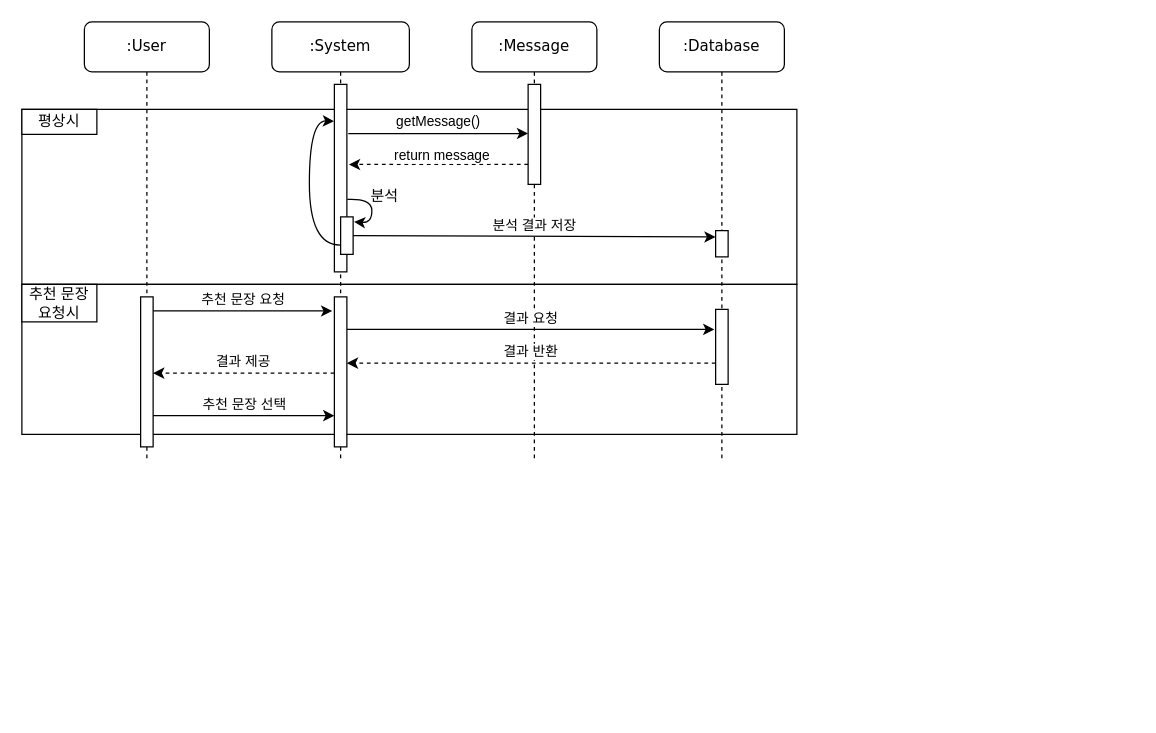
The draw.io diagram page "추천 문장 선택" (4 of 5) of Diagram/대화도우미.drawio in Sir-u/Capstone_ThreeIdiots, before the edit. Source tidied: cells renumbered, new cells numbered last; positions are measured from the earlier drawing's top-left corner, leaving out a move shared by most shapes. Both pictures are drawn from the tidied source at 125%, with x=0, y=0 at pixel (21, 21).
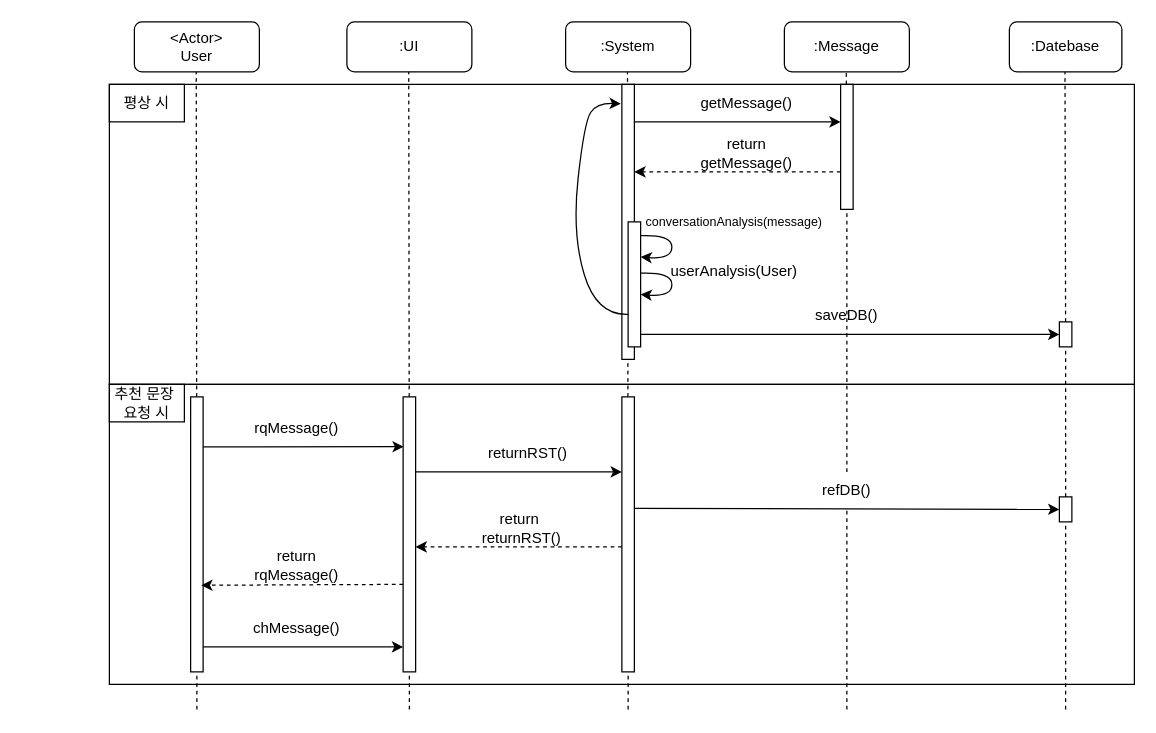
The same page after the edit.

Change to the diagram source:
```diff
@@
-    <mxCell id="2" style="whiteSpace=wrap;html=1;fillColor=none;" parent="1" vertex="1">
-      <mxGeometry y="70" width="620" height="140" as="geometry" />
-    </mxCell>
-    <mxCell id="3" value="평상시" style="html=1;whiteSpace=wrap;" parent="1" vertex="1">
-      <mxGeometry y="70" width="60" height="20" as="geometry" />
-    </mxCell>
-    <mxCell id="4" style="whiteSpace=wrap;html=1;fillColor=none;" parent="1" vertex="1">
-      <mxGeometry y="210" width="620" height="120" as="geometry" />
-    </mxCell>
-    <mxCell id="5" value="추천 문장&lt;br&gt;요청시" style="html=1;whiteSpace=wrap;" parent="1" vertex="1">
-      <mxGeometry y="210" width="60" height="30" as="geometry" />
-    </mxCell>
+    <mxCell id="29" style="rounded=0;whiteSpace=wrap;html=1;fillColor=none;" parent="1" vertex="1">
+      <mxGeometry x="70" y="290" width="820" height="240" as="geometry" />
+    </mxCell>
+    <mxCell id="30" style="rounded=0;whiteSpace=wrap;html=1;fillColor=none;" parent="1" vertex="1">
+      <mxGeometry x="70" y="50" width="820" height="240" as="geometry" />
+    </mxCell>
+    <mxCell id="31" value="&amp;lt;Actor&amp;gt;&lt;br&gt;User" style="rounded=1;whiteSpace=wrap;html=1;" parent="1" vertex="1">
+      <mxGeometry x="90" width="100" height="40" as="geometry" />
+    </mxCell>
+    <mxCell id="32" value=":UI" style="rounded=1;whiteSpace=wrap;html=1;" parent="1" vertex="1">
+      <mxGeometry x="260" width="100" height="40" as="geometry" />
+    </mxCell>
-    <mxCell id="6" value=":System" style="shape=umlLifeline;perimeter=lifelinePerimeter;whiteSpace=wrap;html=1;rounded=1;shadow=0;comic=0;labelBackgroundColor=none;strokeWidth=1;fontFamily=Verdana;fontSize=12;align=center;" parent="1" vertex="1">
-      <mxGeometry x="200" width="110" height="350" as="geometry" />
+    <mxCell id="6" value=":System" style="rounded=1;whiteSpace=wrap;html=1;" parent="1" vertex="1">
+      <mxGeometry x="435" width="100" height="40" as="geometry" />
     </mxCell>
-    <mxCell id="7" style="html=1;points=[];perimeter=orthogonalPerimeter;rounded=0;shadow=0;comic=0;labelBackgroundColor=none;strokeWidth=1;fontFamily=Verdana;fontSize=12;align=center;" parent="6" vertex="1">
-      <mxGeometry x="50" y="50" width="10" height="150" as="geometry" />
-    </mxCell>
-    <mxCell id="8" style="curved=1;endArrow=classic;html=1;rounded=0;entryX=1.067;entryY=0.133;entryDx=0;entryDy=0;entryPerimeter=0;exitX=1.033;exitY=0.065;exitDx=0;exitDy=0;exitPerimeter=0;" parent="6" edge="1" target="9">
-      <mxGeometry relative="1" as="geometry">
-        <mxPoint x="60.3" y="142" as="sourcePoint" />
-        <Array as="points">
-          <mxPoint x="80" y="141" />
-          <mxPoint x="80" y="161" />
-        </Array>
-      </mxGeometry>
-    </mxCell>
-    <mxCell id="9" style="whiteSpace=wrap;html=1;" parent="6" vertex="1">
-      <mxGeometry x="55" y="156" width="10" height="30" as="geometry" />
-    </mxCell>
-    <mxCell id="10" value="분석" style="text;html=1;align=center;verticalAlign=middle;strokeColor=none;fillColor=none;" parent="6" vertex="1">
-      <mxGeometry x="70" y="125" width="40" height="30" as="geometry" />
-    </mxCell>
-    <mxCell id="11" style="curved=1;endArrow=classic;html=1;rounded=0;exitX=0;exitY=0.75;exitDx=0;exitDy=0;entryX=-0.029;entryY=0.196;entryDx=0;entryDy=0;entryPerimeter=0;" parent="6" edge="1" source="9" target="7">
-      <mxGeometry relative="1" as="geometry">
-        <Array as="points">
-          <mxPoint x="30" y="179" />
-          <mxPoint x="30" y="79" />
-        </Array>
-      </mxGeometry>
-    </mxCell>
-    <mxCell id="12" style="whiteSpace=wrap;html=1;" parent="6" vertex="1">
-      <mxGeometry x="50" y="220" width="10" height="120" as="geometry" />
-    </mxCell>
-    <mxCell id="13" value=":Database" style="shape=umlLifeline;perimeter=lifelinePerimeter;whiteSpace=wrap;html=1;rounded=1;shadow=0;comic=0;labelBackgroundColor=none;strokeWidth=1;fontFamily=Verdana;fontSize=12;align=center;" parent="1" vertex="1">
-      <mxGeometry x="510" width="100" height="350" as="geometry" />
-    </mxCell>
-    <mxCell id="14" style="html=1;perimeter=orthogonalPerimeter;rounded=0;shadow=0;comic=0;labelBackgroundColor=none;strokeWidth=1;fontFamily=Verdana;fontSize=12;align=center;" parent="13" vertex="1">
-      <mxGeometry x="45" y="167" width="10" height="21" as="geometry" />
-    </mxCell>
-    <mxCell id="15" style="whiteSpace=wrap;html=1;" parent="13" vertex="1">
-      <mxGeometry x="45" y="230" width="10" height="60" as="geometry" />
-    </mxCell>
-    <mxCell id="16" value=":User" style="shape=umlLifeline;perimeter=lifelinePerimeter;whiteSpace=wrap;html=1;rounded=1;shadow=0;comic=0;labelBackgroundColor=none;strokeWidth=1;fontFamily=Verdana;fontSize=12;align=center;" parent="1" vertex="1">
-      <mxGeometry x="50" width="100" height="350" as="geometry" />
-    </mxCell>
-    <mxCell id="17" style="html=1;points=[];perimeter=orthogonalPerimeter;outlineConnect=0;targetShapes=umlLifeline;portConstraint=eastwest;newEdgeStyle={&quot;edgeStyle&quot;:&quot;elbowEdgeStyle&quot;,&quot;elbow&quot;:&quot;vertical&quot;,&quot;curved&quot;:0,&quot;rounded&quot;:0};" parent="16" vertex="1">
-      <mxGeometry x="45" y="220" width="10" height="120" as="geometry" />
-    </mxCell>
-    <mxCell id="18" value=":Message" style="shape=umlLifeline;perimeter=lifelinePerimeter;whiteSpace=wrap;html=1;rounded=1;shadow=0;comic=0;labelBackgroundColor=none;strokeWidth=1;fontFamily=Verdana;fontSize=12;align=center;" parent="1" vertex="1">
-      <mxGeometry x="360" width="100" height="350" as="geometry" />
+    <mxCell id="18" value=":Message" style="rounded=1;whiteSpace=wrap;html=1;" parent="1" vertex="1">
+      <mxGeometry x="610" width="100" height="40" as="geometry" />
     </mxCell>
-    <mxCell id="19" style="html=1;points=[];perimeter=orthogonalPerimeter;outlineConnect=0;targetShapes=umlLifeline;portConstraint=eastwest;newEdgeStyle={&quot;edgeStyle&quot;:&quot;elbowEdgeStyle&quot;,&quot;elbow&quot;:&quot;vertical&quot;,&quot;curved&quot;:0,&quot;rounded&quot;:0};" parent="18" vertex="1">
-      <mxGeometry x="45" y="50" width="10" height="80" as="geometry" />
-    </mxCell>
+    <mxCell id="33" value=":Datebase" style="rounded=1;whiteSpace=wrap;html=1;" parent="1" vertex="1">
+      <mxGeometry x="790" width="90" height="40" as="geometry" />
+    </mxCell>
+    <mxCell id="34" style="endArrow=none;dashed=1;html=1;rounded=0;" parent="1" edge="1" source="57">
+      <mxGeometry relative="1" as="geometry">
+        <mxPoint x="139.5" y="40" as="targetPoint" />
+      </mxGeometry>
+    </mxCell>
+    <mxCell id="35" style="endArrow=none;dashed=1;html=1;rounded=0;" parent="1" edge="1" source="60">
+      <mxGeometry relative="1" as="geometry">
+        <mxPoint x="309.5" y="40" as="targetPoint" />
+      </mxGeometry>
+    </mxCell>
+    <mxCell id="36" style="endArrow=none;dashed=1;html=1;rounded=0;" parent="1" edge="1" source="63">
+      <mxGeometry relative="1" as="geometry">
+        <mxPoint x="484.5" y="40" as="targetPoint" />
+      </mxGeometry>
+    </mxCell>
+    <mxCell id="37" style="endArrow=none;dashed=1;html=1;rounded=0;" parent="1" edge="1" source="41">
+      <mxGeometry relative="1" as="geometry">
+        <mxPoint x="659.5" y="40" as="targetPoint" />
+      </mxGeometry>
+    </mxCell>
+    <mxCell id="38" style="endArrow=none;dashed=1;html=1;rounded=0;" parent="1" edge="1" source="53">
+      <mxGeometry relative="1" as="geometry">
+        <mxPoint x="834.5" y="40" as="targetPoint" />
+      </mxGeometry>
+    </mxCell>
+    <mxCell id="39" style="rounded=0;whiteSpace=wrap;html=1;" parent="1" vertex="1">
+      <mxGeometry x="480" y="50" width="10" height="220" as="geometry" />
+    </mxCell>
+    <mxCell id="40" style="endArrow=none;dashed=1;html=1;rounded=0;" parent="1" edge="1" source="69" target="41">
+      <mxGeometry relative="1" as="geometry" />
+    </mxCell>
+    <mxCell id="41" style="rounded=0;whiteSpace=wrap;html=1;" parent="1" vertex="1">
+      <mxGeometry x="655" y="50" width="10" height="100" as="geometry" />
+    </mxCell>
+    <mxCell id="42" style="endArrow=classic;html=1;rounded=0;" parent="1" edge="1">
+      <mxGeometry relative="1" as="geometry">
+        <mxPoint x="490" y="80" as="sourcePoint" />
+        <mxPoint x="655" y="80" as="targetPoint" />
+      </mxGeometry>
+    </mxCell>
-    <mxCell id="20" value="getMessage()" style="edgeStyle=none;jettySize=auto;html=1;rounded=0;verticalAlign=bottom;exitX=1.114;exitY=0.262;exitDx=0;exitDy=0;exitPerimeter=0;" parent="1" edge="1" source="7" target="19">
-      <mxGeometry relative="1" as="geometry" />
+    <mxCell id="20" value="getMessage()" style="text;html=1;strokeColor=none;fillColor=none;align=center;verticalAlign=middle;whiteSpace=wrap;rounded=0;" parent="1" vertex="1">
+      <mxGeometry x="550" y="50" width="60" height="30" as="geometry" />
     </mxCell>
-    <mxCell id="21" style="edgeStyle=none;jettySize=auto;html=1;rounded=0;dashed=1;entryX=1.162;entryY=0.427;entryDx=0;entryDy=0;entryPerimeter=0;" parent="1" edge="1" source="19" target="7">
-      <mxGeometry relative="1" as="geometry" />
-    </mxCell>
-    <mxCell id="22" value="return message" style="edgeLabel;html=1;align=center;verticalAlign=bottom;" parent="21" vertex="1">
-      <mxGeometry x="-0.16" y="1" relative="1" as="geometry">
-        <mxPoint x="-10" as="offset" />
-      </mxGeometry>
-    </mxCell>
-    <mxCell id="23" value="분석 결과 저장" style="edgeStyle=none;jettySize=auto;html=1;rounded=0;verticalAlign=bottom;" parent="1" edge="1" source="9">
-      <mxGeometry relative="1" as="geometry">
-        <mxPoint x="555" y="172.1" as="targetPoint" />
-      </mxGeometry>
-    </mxCell>
-    <mxCell id="24" value="추천 문장 요청" style="edgeStyle=none;jettySize=auto;html=1;rounded=0;verticalAlign=bottom;entryX=-0.171;entryY=0.094;entryDx=0;entryDy=0;entryPerimeter=0;" parent="1" edge="1" source="17" target="12">
-      <mxGeometry relative="1" as="geometry" />
-    </mxCell>
-    <mxCell id="25" value="결과 요청" style="edgeStyle=none;orthogonalLoop=1;jettySize=auto;html=1;rounded=0;verticalAlign=bottom;" parent="1" edge="1">
-      <mxGeometry relative="1" as="geometry">
-        <mxPoint x="260" y="246" as="sourcePoint" />
-        <mxPoint x="554" y="246" as="targetPoint" />
-      </mxGeometry>
-    </mxCell>
-    <mxCell id="26" value="결과 반환" style="edgeStyle=none;orthogonalLoop=1;jettySize=auto;html=1;rounded=0;entryX=1;entryY=0.5;entryDx=0;entryDy=0;verticalAlign=bottom;dashed=1;" parent="1" edge="1">
-      <mxGeometry relative="1" as="geometry">
-        <mxPoint x="555" y="273" as="sourcePoint" />
-        <mxPoint x="260" y="273" as="targetPoint" />
-      </mxGeometry>
-    </mxCell>
-    <mxCell id="27" value="결과 제공" style="edgeStyle=none;orthogonalLoop=1;jettySize=auto;html=1;rounded=0;verticalAlign=bottom;dashed=1;" parent="1" edge="1">
-      <mxGeometry relative="1" as="geometry">
-        <mxPoint x="250" y="281" as="sourcePoint" />
-        <mxPoint x="105" y="281" as="targetPoint" />
-      </mxGeometry>
-    </mxCell>
-    <mxCell id="28" value="추천 문장 선택" style="edgeStyle=none;orthogonalLoop=1;jettySize=auto;html=1;rounded=0;verticalAlign=bottom;" parent="1" edge="1">
-      <mxGeometry relative="1" as="geometry">
-        <mxPoint x="105" y="315" as="sourcePoint" />
-        <mxPoint x="250" y="315" as="targetPoint" />
-      </mxGeometry>
-    </mxCell>
+    <mxCell id="43" style="endArrow=classic;html=1;rounded=0;dashed=1;" parent="1" edge="1">
+      <mxGeometry relative="1" as="geometry">
+        <mxPoint x="655" y="120" as="sourcePoint" />
+        <mxPoint x="490" y="120" as="targetPoint" />
+      </mxGeometry>
+    </mxCell>
+    <mxCell id="44" value="return getMessage()" style="text;html=1;strokeColor=none;fillColor=none;align=center;verticalAlign=middle;whiteSpace=wrap;rounded=0;" parent="1" vertex="1">
+      <mxGeometry x="550" y="90" width="60" height="30" as="geometry" />
+    </mxCell>
+    <mxCell id="45" style="rounded=0;whiteSpace=wrap;html=1;" parent="1" vertex="1">
+      <mxGeometry x="485" y="160" width="10" height="100" as="geometry" />
+    </mxCell>
+    <mxCell id="46" style="curved=1;endArrow=classic;html=1;rounded=0;exitX=1.044;exitY=0.159;exitDx=0;exitDy=0;exitPerimeter=0;entryX=1;entryY=0.4;entryDx=0;entryDy=0;entryPerimeter=0;" parent="1" edge="1">
+      <mxGeometry relative="1" as="geometry">
+        <mxPoint x="495" y="171" as="sourcePoint" />
+        <mxPoint x="495" y="188" as="targetPoint" />
+        <Array as="points">
+          <mxPoint x="520" y="170" />
+          <mxPoint x="520" y="190" />
+        </Array>
+      </mxGeometry>
+    </mxCell>
+    <mxCell id="47" value="userAnalysis(User)" style="text;html=1;strokeColor=none;fillColor=none;align=center;verticalAlign=middle;whiteSpace=wrap;rounded=0;" parent="1" vertex="1">
+      <mxGeometry x="540" y="185" width="60" height="30" as="geometry" />
+    </mxCell>
+    <mxCell id="48" style="curved=1;endArrow=classic;html=1;rounded=0;exitX=1.044;exitY=0.159;exitDx=0;exitDy=0;exitPerimeter=0;entryX=1;entryY=0.4;entryDx=0;entryDy=0;entryPerimeter=0;" parent="1" edge="1">
+      <mxGeometry relative="1" as="geometry">
+        <mxPoint x="495" y="201" as="sourcePoint" />
+        <mxPoint x="495" y="218" as="targetPoint" />
+        <Array as="points">
+          <mxPoint x="520" y="200" />
+          <mxPoint x="520" y="220" />
+        </Array>
+      </mxGeometry>
+    </mxCell>
+    <mxCell id="49" value="&lt;font style=&quot;font-size: 10px;&quot;&gt;conversationAnalysis(message)&lt;/font&gt;" style="text;html=1;strokeColor=none;fillColor=none;align=center;verticalAlign=middle;whiteSpace=wrap;rounded=0;" parent="1" vertex="1">
+      <mxGeometry x="560" y="145" width="20" height="30" as="geometry" />
+    </mxCell>
+    <mxCell id="50" style="curved=1;endArrow=classic;html=1;rounded=0;exitX=1.044;exitY=0.159;exitDx=0;exitDy=0;exitPerimeter=0;entryX=-0.086;entryY=0.07;entryDx=0;entryDy=0;entryPerimeter=0;" parent="1" edge="1" target="39">
+      <mxGeometry relative="1" as="geometry">
+        <mxPoint x="485" y="234" as="sourcePoint" />
+        <Array as="points">
+          <mxPoint x="460" y="235" />
+          <mxPoint x="440" y="170" />
+          <mxPoint x="450" y="80" />
+          <mxPoint x="460" y="65" />
+        </Array>
+      </mxGeometry>
+    </mxCell>
+    <mxCell id="51" style="endArrow=classic;html=1;rounded=0;" parent="1" edge="1">
+      <mxGeometry relative="1" as="geometry">
+        <mxPoint x="495" y="250" as="sourcePoint" />
+        <mxPoint x="830" y="250" as="targetPoint" />
+      </mxGeometry>
+    </mxCell>
+    <mxCell id="52" style="endArrow=none;dashed=1;html=1;rounded=0;" parent="1" edge="1" source="75" target="53">
+      <mxGeometry relative="1" as="geometry" />
+    </mxCell>
+    <mxCell id="53" style="rounded=0;whiteSpace=wrap;html=1;" parent="1" vertex="1">
+      <mxGeometry x="830" y="240" width="10" height="20" as="geometry" />
+    </mxCell>
+    <mxCell id="54" value="평상 시" style="rounded=0;whiteSpace=wrap;html=1;" parent="1" vertex="1">
+      <mxGeometry x="70" y="50" width="60" height="30" as="geometry" />
+    </mxCell>
+    <mxCell id="55" value="추천 문장&amp;nbsp;&lt;br&gt;요청 시" style="rounded=0;whiteSpace=wrap;html=1;" parent="1" vertex="1">
+      <mxGeometry x="70" y="290" width="60" height="30" as="geometry" />
+    </mxCell>
+    <mxCell id="56" style="endArrow=none;dashed=1;html=1;rounded=0;" parent="1" edge="1" target="57">
+      <mxGeometry relative="1" as="geometry">
+        <mxPoint x="140" y="550" as="sourcePoint" />
+      </mxGeometry>
+    </mxCell>
+    <mxCell id="57" style="rounded=0;whiteSpace=wrap;html=1;" parent="1" vertex="1">
+      <mxGeometry x="135" y="300" width="10" height="220" as="geometry" />
+    </mxCell>
+    <mxCell id="58" style="endArrow=classic;html=1;rounded=0;entryX=0.043;entryY=0.181;entryDx=0;entryDy=0;entryPerimeter=0;" parent="1" edge="1" target="60">
+      <mxGeometry relative="1" as="geometry">
+        <mxPoint x="145" y="340" as="sourcePoint" />
+      </mxGeometry>
+    </mxCell>
+    <mxCell id="59" style="endArrow=none;dashed=1;html=1;rounded=0;" parent="1" edge="1" target="60">
+      <mxGeometry relative="1" as="geometry">
+        <mxPoint x="310" y="550" as="sourcePoint" />
+      </mxGeometry>
+    </mxCell>
+    <mxCell id="60" style="rounded=0;whiteSpace=wrap;html=1;" parent="1" vertex="1">
+      <mxGeometry x="305" y="300" width="10" height="220" as="geometry" />
+    </mxCell>
+    <mxCell id="61" value="rqMessage()" style="text;html=1;strokeColor=none;fillColor=none;align=center;verticalAlign=middle;whiteSpace=wrap;rounded=0;" parent="1" vertex="1">
+      <mxGeometry x="190" y="310" width="60" height="30" as="geometry" />
+    </mxCell>
+    <mxCell id="62" style="endArrow=none;dashed=1;html=1;rounded=0;" parent="1" edge="1" target="63">
+      <mxGeometry relative="1" as="geometry">
+        <mxPoint x="485" y="550" as="sourcePoint" />
+      </mxGeometry>
+    </mxCell>
+    <mxCell id="63" style="rounded=0;whiteSpace=wrap;html=1;" parent="1" vertex="1">
+      <mxGeometry x="480" y="300" width="10" height="220" as="geometry" />
+    </mxCell>
+    <mxCell id="64" style="endArrow=classic;html=1;rounded=0;" parent="1" edge="1">
+      <mxGeometry relative="1" as="geometry">
+        <mxPoint x="315" y="360" as="sourcePoint" />
+        <mxPoint x="480" y="360" as="targetPoint" />
+      </mxGeometry>
+    </mxCell>
+    <mxCell id="65" value="returnRST()" style="text;html=1;strokeColor=none;fillColor=none;align=center;verticalAlign=middle;whiteSpace=wrap;rounded=0;" parent="1" vertex="1">
+      <mxGeometry x="375" y="330" width="60" height="30" as="geometry" />
+    </mxCell>
+    <mxCell id="66" style="endArrow=classic;html=1;rounded=0;exitX=1.043;exitY=0.405;exitDx=0;exitDy=0;exitPerimeter=0;entryX=0;entryY=0.5;entryDx=0;entryDy=0;" parent="1" edge="1" source="63" target="75">
+      <mxGeometry relative="1" as="geometry" />
+    </mxCell>
+    <mxCell id="67" style="endArrow=none;dashed=1;html=1;rounded=0;" parent="1" edge="1" target="69">
+      <mxGeometry relative="1" as="geometry">
+        <mxPoint x="660" y="550" as="sourcePoint" />
+      </mxGeometry>
+    </mxCell>
+    <mxCell id="68" value="saveDB()" style="text;html=1;strokeColor=none;fillColor=none;align=center;verticalAlign=middle;whiteSpace=wrap;rounded=0;fontSize=12;" parent="1" vertex="1">
+      <mxGeometry x="630" y="220" width="60" height="30" as="geometry" />
+    </mxCell>
+    <mxCell id="69" value="refDB()" style="text;html=1;strokeColor=none;fillColor=none;align=center;verticalAlign=middle;whiteSpace=wrap;rounded=0;" parent="1" vertex="1">
+      <mxGeometry x="630" y="360" width="60" height="30" as="geometry" />
+    </mxCell>
+    <mxCell id="70" style="endArrow=classic;html=1;rounded=0;dashed=1;" parent="1" edge="1">
+      <mxGeometry relative="1" as="geometry">
+        <mxPoint x="480" y="420" as="sourcePoint" />
+        <mxPoint x="315" y="420" as="targetPoint" />
+      </mxGeometry>
+    </mxCell>
+    <mxCell id="71" value="return&amp;nbsp;&lt;br&gt;returnRST()" style="text;html=1;strokeColor=none;fillColor=none;align=center;verticalAlign=middle;whiteSpace=wrap;rounded=0;" parent="1" vertex="1">
+      <mxGeometry x="370" y="390" width="60" height="30" as="geometry" />
+    </mxCell>
+    <mxCell id="72" style="endArrow=classic;html=1;rounded=0;entryX=0.852;entryY=0.685;entryDx=0;entryDy=0;entryPerimeter=0;dashed=1;" parent="1" edge="1" target="57">
+      <mxGeometry relative="1" as="geometry">
+        <mxPoint x="305" y="450" as="sourcePoint" />
+      </mxGeometry>
+    </mxCell>
+    <mxCell id="73" value="return&lt;br&gt;rqMessage()" style="text;html=1;strokeColor=none;fillColor=none;align=center;verticalAlign=middle;whiteSpace=wrap;rounded=0;" parent="1" vertex="1">
+      <mxGeometry x="190" y="420" width="60" height="30" as="geometry" />
+    </mxCell>
+    <mxCell id="74" style="endArrow=none;dashed=1;html=1;rounded=0;" parent="1" edge="1" target="75">
+      <mxGeometry relative="1" as="geometry">
+        <mxPoint x="835" y="550" as="sourcePoint" />
+      </mxGeometry>
+    </mxCell>
+    <mxCell id="75" style="rounded=0;whiteSpace=wrap;html=1;" parent="1" vertex="1">
+      <mxGeometry x="830" y="380" width="10" height="20" as="geometry" />
+    </mxCell>
+    <mxCell id="76" style="endArrow=classic;html=1;rounded=0;entryX=0.043;entryY=0.181;entryDx=0;entryDy=0;entryPerimeter=0;" parent="1" edge="1">
+      <mxGeometry relative="1" as="geometry">
+        <mxPoint x="145" y="500" as="sourcePoint" />
+        <mxPoint x="305" y="500" as="targetPoint" />
+      </mxGeometry>
+    </mxCell>
+    <mxCell id="77" value="chMessage()" style="text;html=1;strokeColor=none;fillColor=none;align=center;verticalAlign=middle;whiteSpace=wrap;rounded=0;" parent="1" vertex="1">
+      <mxGeometry x="190" y="470" width="60" height="30" as="geometry" />
+    </mxCell>
```
